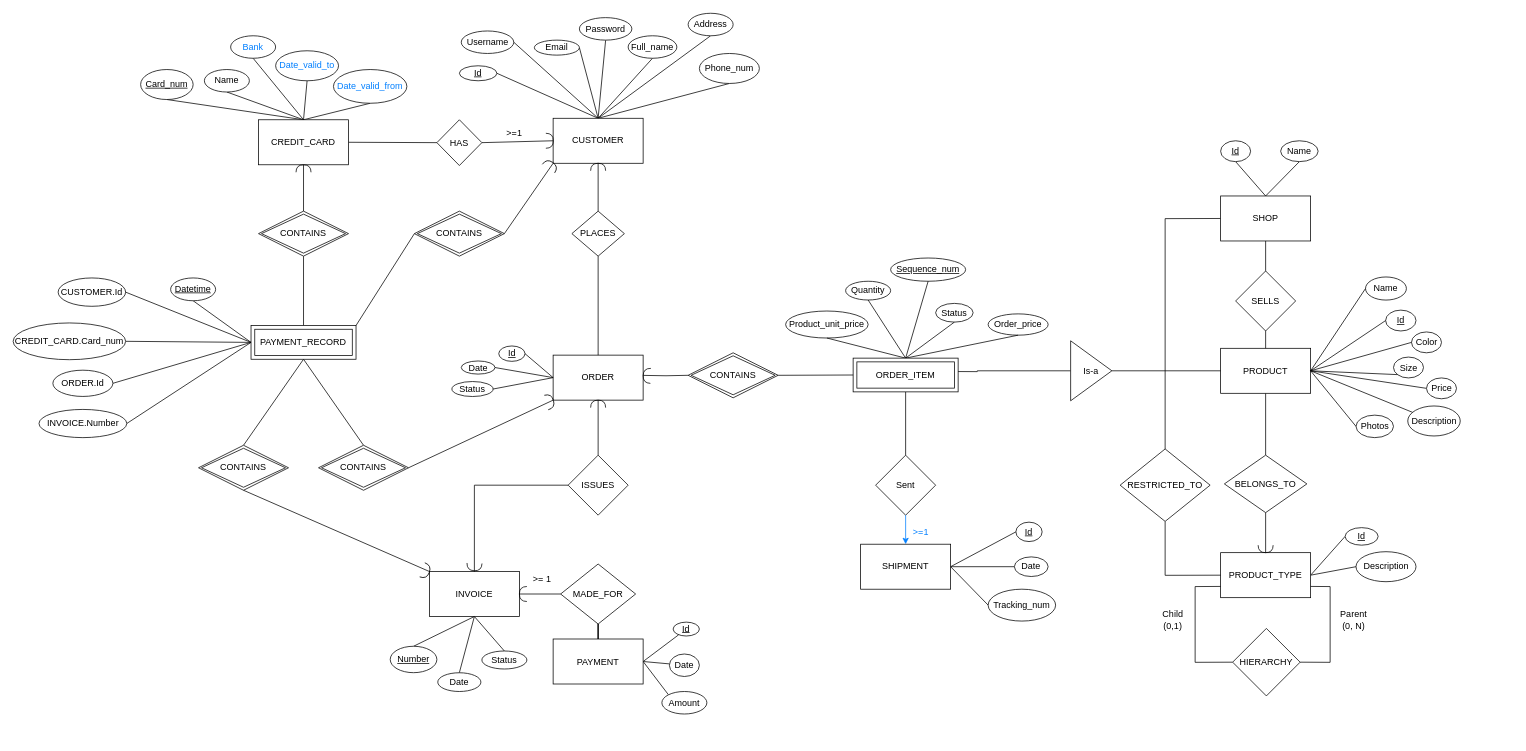
The draw.io diagram Lab 1/ERD_1.2.drawio in Anthony-Zou/CZ2007-INTRO-TO-DATABASE, before the edit. Source tidied: cells renumbered, new cells numbered last; positions are measured from the earlier drawing's top-left corner, leaving out a move shared by most shapes. Both pictures are drawn from the tidied source at 75%, with x=0, y=0 at pixel (13, 13).
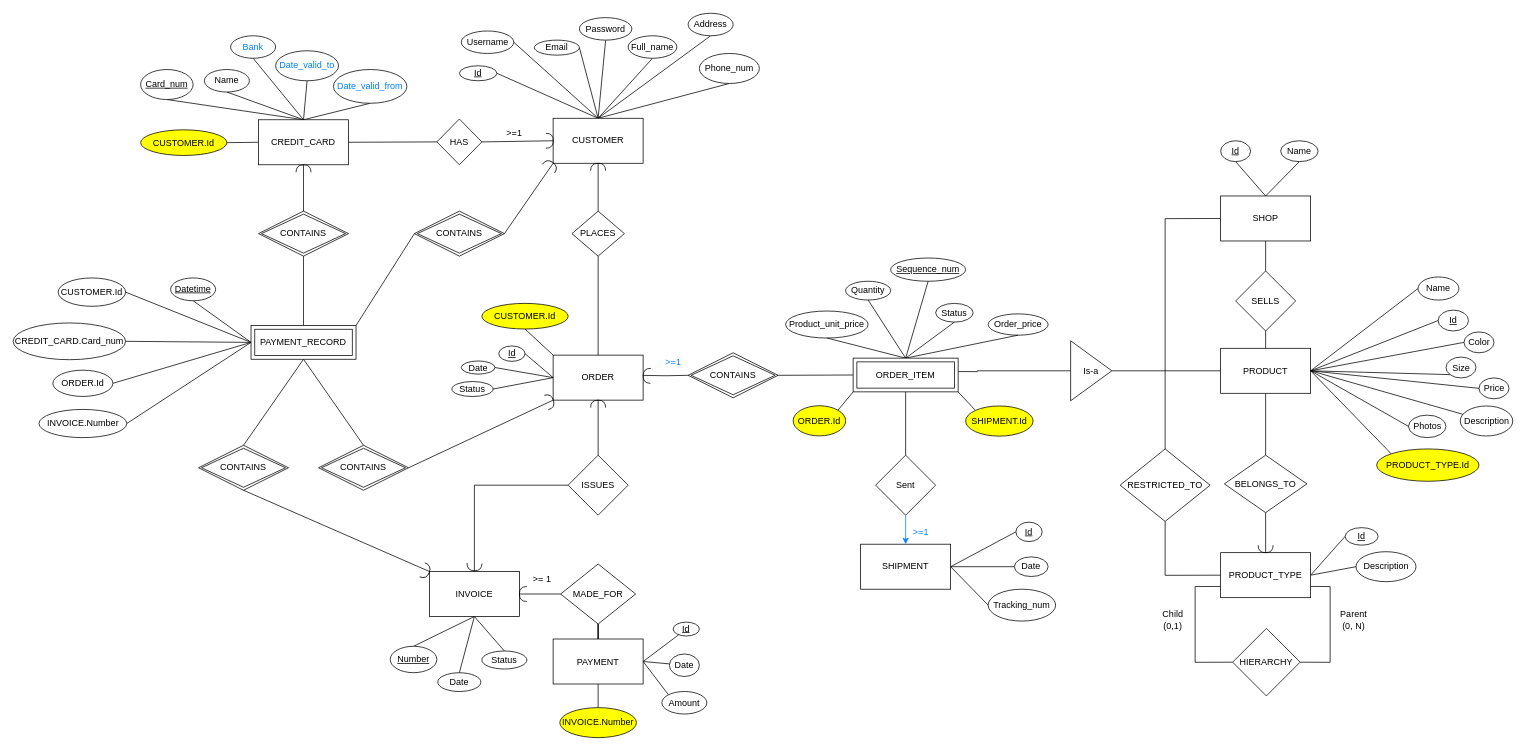
Above is the later version.

Commit message:
added foreign keys

The change refers to these unchanged cells:
```xml
<mxCell id="15" value="CREDIT_CARD" style="rounded=0;whiteSpace=wrap;html=1;" parent="1" vertex="1">
  <mxGeometry x="327.2" y="142.2" width="120" height="60" as="geometry" />
</mxCell>
<mxCell id="19" value="PRODUCT" style="rounded=0;whiteSpace=wrap;html=1;" parent="1" vertex="1">
  <mxGeometry x="1610" y="446.9" width="120" height="60" as="geometry" />
</mxCell>
<mxCell id="60" value="ORDER" style="rounded=0;whiteSpace=wrap;html=1;" parent="1" vertex="1">
  <mxGeometry x="720" y="456" width="120" height="60" as="geometry" />
</mxCell>
<mxCell id="79" value="PAYMENT" style="rounded=0;whiteSpace=wrap;html=1;strokeColor=#000000;fillColor=#FFFFFF;" parent="1" vertex="1">
  <mxGeometry x="720" y="834.5" width="120" height="60" as="geometry" />
</mxCell>
<mxCell id="172" value="ORDER_ITEM" style="shape=ext;margin=3;double=1;whiteSpace=wrap;html=1;align=center;strokeColor=#000000;fillColor=#FFFFFF;" parent="1" vertex="1">
  <mxGeometry x="1120" y="460" width="140" height="45" as="geometry" />
</mxCell>
```

Diff of the diagram source:
```diff
@@
     <mxCell id="11" value="HAS" style="rhombus;whiteSpace=wrap;html=1;" parent="1" vertex="1">
-      <mxGeometry x="565" y="142.2" width="60" height="61" as="geometry" />
+      <mxGeometry x="565" y="141.2" width="60" height="61" as="geometry" />
     </mxCell>
@@
+    <mxCell id="192" style="edgeStyle=none;jettySize=auto;html=1;exitX=0;exitY=0.5;exitDx=0;exitDy=0;entryX=1;entryY=0.5;entryDx=0;entryDy=0;endArrow=none;" parent="1" edge="1" source="15" target="198">
+      <mxGeometry relative="1" as="geometry" />
+    </mxCell>
@@
+    <mxCell id="193" style="edgeStyle=none;jettySize=auto;html=1;exitX=1;exitY=0.5;exitDx=0;exitDy=0;entryX=0;entryY=0;entryDx=0;entryDy=0;endArrow=none;" parent="1" edge="1" source="19" target="204">
+      <mxGeometry relative="1" as="geometry" />
+    </mxCell>
@@
     <mxCell id="44" value="Name" style="ellipse;whiteSpace=wrap;html=1;" parent="1" vertex="1">
-      <mxGeometry x="1803.2" y="351.8" width="54.5" height="30.8" as="geometry" />
+      <mxGeometry x="1873.2" y="351.8" width="54.5" height="30.8" as="geometry" />
     </mxCell>
     <mxCell id="45" value="Color" style="ellipse;whiteSpace=wrap;html=1;" parent="1" vertex="1">
-      <mxGeometry x="1864.5" y="425.1" width="40" height="27.8" as="geometry" />
+      <mxGeometry x="1934.5" y="425.1" width="40" height="27.8" as="geometry" />
     </mxCell>
     <mxCell id="46" value="Description" style="ellipse;whiteSpace=wrap;html=1;" parent="1" vertex="1">
-      <mxGeometry x="1859.5" y="523.8" width="70" height="40" as="geometry" />
+      <mxGeometry x="1929.5" y="523.8" width="70" height="40" as="geometry" />
     </mxCell>
     <mxCell id="47" value="Size" style="ellipse;whiteSpace=wrap;html=1;" parent="1" vertex="1">
-      <mxGeometry x="1840.5" y="458.6" width="40" height="27.8" as="geometry" />
+      <mxGeometry x="1910.5" y="458.6" width="40" height="27.8" as="geometry" />
     </mxCell>
     <mxCell id="48" value="&lt;u&gt;Id&lt;/u&gt;" style="ellipse;whiteSpace=wrap;html=1;" parent="1" vertex="1">
-      <mxGeometry x="1830" y="396" width="40.5" height="27.8" as="geometry" />
+      <mxGeometry x="1900" y="396" width="40.5" height="27.8" as="geometry" />
     </mxCell>
@@
     <mxCell id="56" value="Photos" style="ellipse;whiteSpace=wrap;html=1;" parent="1" vertex="1">
-      <mxGeometry x="1790.5" y="536" width="50" height="30" as="geometry" />
+      <mxGeometry x="1860.5" y="536" width="50" height="30" as="geometry" />
     </mxCell>
@@
+    <mxCell id="194" style="edgeStyle=none;jettySize=auto;html=1;exitX=0;exitY=0;exitDx=0;exitDy=0;entryX=0.5;entryY=1;entryDx=0;entryDy=0;endArrow=none;" parent="1" edge="1" source="60" target="200">
+      <mxGeometry relative="1" as="geometry" />
+    </mxCell>
@@
+    <mxCell id="195" style="edgeStyle=none;jettySize=auto;html=1;exitX=0.5;exitY=1;exitDx=0;exitDy=0;entryX=0.5;entryY=0;entryDx=0;entryDy=0;endArrow=none;" parent="1" edge="1" source="79" target="199">
+      <mxGeometry relative="1" as="geometry" />
+    </mxCell>
@@
     <mxCell id="113" value="Price" style="ellipse;whiteSpace=wrap;html=1;" parent="1" vertex="1">
-      <mxGeometry x="1884.5" y="486.4" width="40" height="27.8" as="geometry" />
+      <mxGeometry x="1954.5" y="486.4" width="40" height="27.8" as="geometry" />
     </mxCell>
@@
+    <mxCell id="196" style="edgeStyle=none;jettySize=auto;html=1;exitX=1;exitY=1;exitDx=0;exitDy=0;entryX=0;entryY=0;entryDx=0;entryDy=0;endArrow=none;" parent="1" edge="1" source="172" target="201">
+      <mxGeometry relative="1" as="geometry" />
+    </mxCell>
+    <mxCell id="197" style="edgeStyle=none;jettySize=auto;html=1;exitX=0;exitY=1;exitDx=0;exitDy=0;entryX=1;entryY=0;entryDx=0;entryDy=0;endArrow=none;" parent="1" edge="1" source="172" target="202">
+      <mxGeometry relative="1" as="geometry" />
+    </mxCell>
@@
+    <mxCell id="198" value="CUSTOMER.Id" style="ellipse;whiteSpace=wrap;html=1;fillColor=#FFFF00;" parent="1" vertex="1">
+      <mxGeometry x="170" y="155.6" width="115" height="34.2" as="geometry" />
+    </mxCell>
+    <mxCell id="199" value="INVOICE.Number" style="ellipse;whiteSpace=wrap;html=1;rounded=0;fillColor=#FFFF00;" parent="1" vertex="1">
+      <mxGeometry x="728.9" y="926" width="102.2" height="40" as="geometry" />
+    </mxCell>
+    <mxCell id="200" value="CUSTOMER.Id" style="ellipse;whiteSpace=wrap;html=1;fillColor=#FFFF00;" parent="1" vertex="1">
+      <mxGeometry x="625" y="387" width="115" height="34.2" as="geometry" />
+    </mxCell>
+    <mxCell id="201" value="SHIPMENT.Id" style="ellipse;whiteSpace=wrap;html=1;rounded=0;fillColor=#FFFF00;" parent="1" vertex="1">
+      <mxGeometry x="1270" y="523.8" width="90" height="40.2" as="geometry" />
+    </mxCell>
+    <mxCell id="202" value="ORDER.Id" style="ellipse;whiteSpace=wrap;html=1;rounded=0;fillColor=#FFFF00;" parent="1" vertex="1">
+      <mxGeometry x="1040" y="523.5" width="70" height="40.2" as="geometry" />
+    </mxCell>
+    <mxCell id="203" value="&lt;font color=&quot;#007fff&quot;&gt;&amp;gt;=1&lt;/font&gt;" style="text;html=1;align=center;verticalAlign=middle;strokeColor=none;" parent="1" vertex="1">
+      <mxGeometry x="860" y="456" width="40" height="20" as="geometry" />
+    </mxCell>
+    <mxCell id="204" value="PRODUCT_TYPE.Id" style="ellipse;whiteSpace=wrap;html=1;fillColor=#FFFF00;" parent="1" vertex="1">
+      <mxGeometry x="1818" y="581.1" width="136.5" height="43.1" as="geometry" />
+    </mxCell>
```
